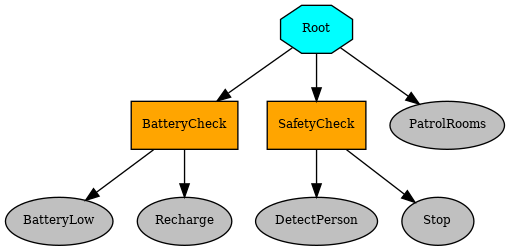
akihikoy/ay_test keeps this Graphviz diagram as python/pytrees/tree.png. Above is the earlier version. Its source is kept beside it as python/pytrees/tree.dot. The source it was exported from:
```dot
digraph pastafarianism {
ordering=out;
graph [fontname="times-roman"];
node [fontname="times-roman"];
edge [fontname="times-roman"];
Root [fillcolor=cyan, fontcolor=black, fontsize=9, label=Root, shape=octagon, style=filled];
BatteryCheck [fillcolor=orange, fontcolor=black, fontsize=9, label=BatteryCheck, shape=box, style=filled];
Root -> BatteryCheck;
BatteryLow [fillcolor=gray, fontcolor=black, fontsize=9, label=BatteryLow, shape=ellipse, style=filled];
BatteryCheck -> BatteryLow;
Recharge [fillcolor=gray, fontcolor=black, fontsize=9, label=Recharge, shape=ellipse, style=filled];
BatteryCheck -> Recharge;
SafetyCheck [fillcolor=orange, fontcolor=black, fontsize=9, label=SafetyCheck, shape=box, style=filled];
Root -> SafetyCheck;
DetectPerson [fillcolor=gray, fontcolor=black, fontsize=9, label=DetectPerson, shape=ellipse, style=filled];
SafetyCheck -> DetectPerson;
Stop [fillcolor=gray, fontcolor=black, fontsize=9, label=Stop, shape=ellipse, style=filled];
SafetyCheck -> Stop;
PatrolRooms [fillcolor=gray, fontcolor=black, fontsize=9, label=PatrolRooms, shape=ellipse, style=filled];
Root -> PatrolRooms;
}
```
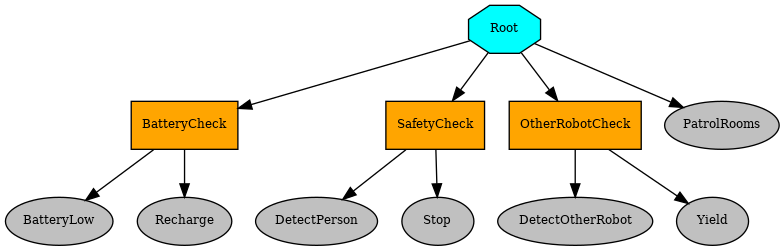
The same diagram one commit later.

Diff of the diagram source:
```diff
@@ -16,6 +16,12 @@
 SafetyCheck -> DetectPerson;
 Stop [fillcolor=gray, fontcolor=black, fontsize=9, label=Stop, shape=ellipse, style=filled];
 SafetyCheck -> Stop;
+OtherRobotCheck [fillcolor=orange, fontcolor=black, fontsize=9, label=OtherRobotCheck, shape=box, style=filled];
+Root -> OtherRobotCheck;
+DetectOtherRobot [fillcolor=gray, fontcolor=black, fontsize=9, label=DetectOtherRobot, shape=ellipse, style=filled];
+OtherRobotCheck -> DetectOtherRobot;
+Yield [fillcolor=gray, fontcolor=black, fontsize=9, label=Yield, shape=ellipse, style=filled];
+OtherRobotCheck -> Yield;
 PatrolRooms [fillcolor=gray, fontcolor=black, fontsize=9, label=PatrolRooms, shape=ellipse, style=filled];
 Root -> PatrolRooms;
 }
```
